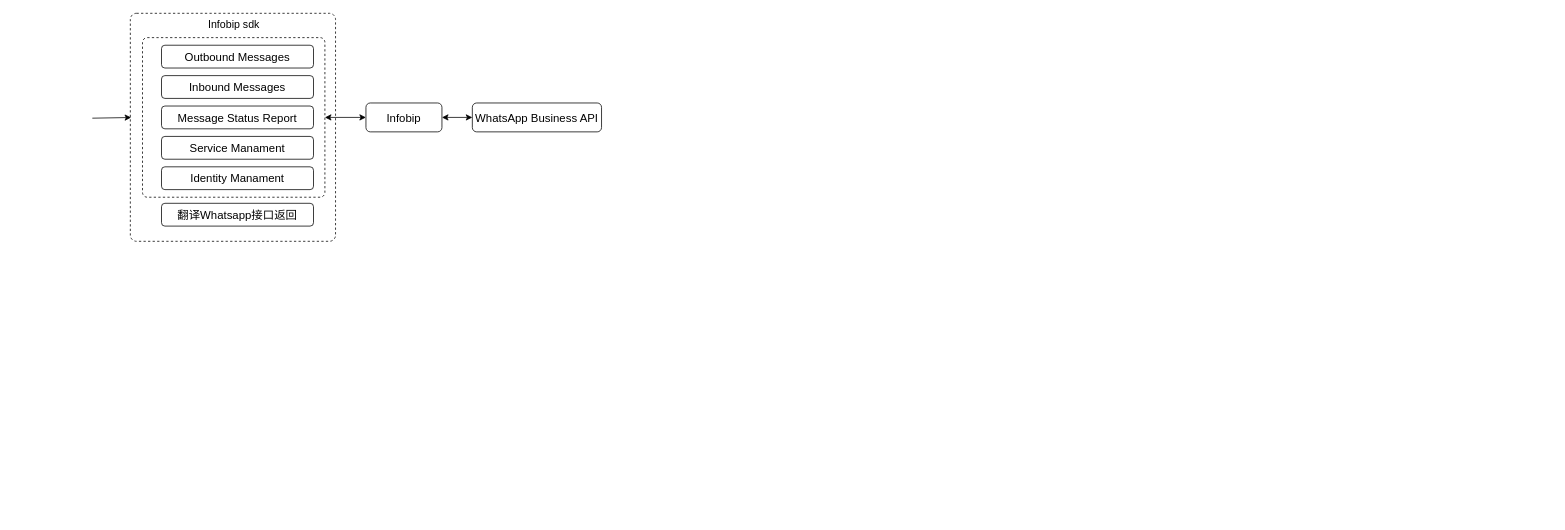
The draw.io diagram page "WhatsApp流程图" (14 of 14) of Untitled Diagram.drawio in zhangzhuzi/draw.io, before the edit. Source tidied: cells renumbered, new cells numbered last; positions are measured from the earlier drawing's top-left corner, leaving out a move shared by most shapes. Both pictures are drawn from the tidied source at 76%, with x=0, y=0 at pixel (92, 13).
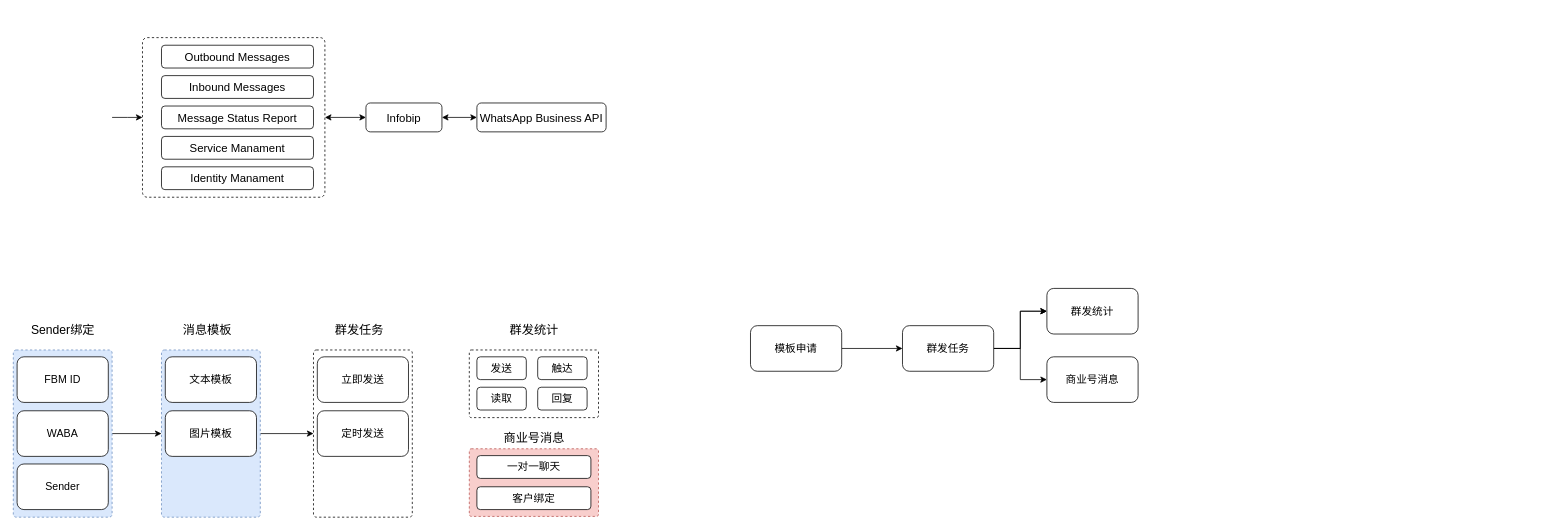
The same diagram, later.

Unchanged cells that the change refers to:
```xml
<mxCell id="5" style="rounded=1;whiteSpace=wrap;html=1;labelBackgroundColor=none;fontSize=15;arcSize=3;dashed=1;" parent="1" vertex="1">
  <mxGeometry x="66" y="32" width="240" height="210" as="geometry" />
</mxCell>
```

The edit, as a diff of the source:
```diff
@@
-    <mxCell id="2" style="rounded=1;whiteSpace=wrap;html=1;labelBackgroundColor=none;fontSize=15;arcSize=3;dashed=1;" parent="1" vertex="1">
-      <mxGeometry x="50" width="270" height="300" as="geometry" />
-    </mxCell>
+    <mxCell id="17" style="edgeStyle=orthogonalEdgeStyle;rounded=0;jettySize=auto;html=1;entryX=0;entryY=0.5;entryDx=0;entryDy=0;fontSize=16;startArrow=none;startFill=0;endArrow=classic;endFill=1;" parent="1" edge="1" source="18" target="32">
+      <mxGeometry relative="1" as="geometry" />
+    </mxCell>
+    <mxCell id="18" style="rounded=1;whiteSpace=wrap;html=1;labelBackgroundColor=none;fontSize=15;arcSize=3;dashed=1;fillColor=#dae8fc;strokeColor=#6c8ebf;" parent="1" vertex="1">
+      <mxGeometry x="-104" y="443" width="130" height="220" as="geometry" />
+    </mxCell>
     <mxCell id="3" value="&lt;div data-processon-v=&quot;{&amp;quot;list&amp;quot;:[{&amp;quot;parent&amp;quot;:&amp;quot;&amp;quot;,&amp;quot;link&amp;quot;:&amp;quot;&amp;quot;,&amp;quot;shapeStyle&amp;quot;:{&amp;quot;alpha&amp;quot;:1},&amp;quot;textBlock&amp;quot;:[{&amp;quot;position&amp;quot;:{&amp;quot;w&amp;quot;:&amp;quot;w&amp;quot;,&amp;quot;x&amp;quot;:0,&amp;quot;h&amp;quot;:&amp;quot;h&amp;quot;,&amp;quot;y&amp;quot;:0},&amp;quot;text&amp;quot;:&amp;quot;模板服务&amp;quot;}],&amp;quot;anchors&amp;quot;:[],&amp;quot;title&amp;quot;:&amp;quot;&amp;quot;,&amp;quot;fontStyle&amp;quot;:{&amp;quot;size&amp;quot;:13,&amp;quot;textAlign&amp;quot;:&amp;quot;center&amp;quot;,&amp;quot;bold&amp;quot;:true,&amp;quot;vAlign&amp;quot;:&amp;quot;middle&amp;quot;},&amp;quot;dataAttributes&amp;quot;:[],&amp;quot;props&amp;quot;:{&amp;quot;zindex&amp;quot;:5,&amp;quot;w&amp;quot;:80.41029919047014,&amp;quot;x&amp;quot;:936.5453854734463,&amp;quot;h&amp;quot;:41.144474771802834,&amp;quot;y&amp;quot;:328.02993776980685,&amp;quot;angle&amp;quot;:0},&amp;quot;path&amp;quot;:[{&amp;quot;lineStyle&amp;quot;:{&amp;quot;lineWidth&amp;quot;:0},&amp;quot;fillStyle&amp;quot;:{&amp;quot;type&amp;quot;:&amp;quot;none&amp;quot;},&amp;quot;actions&amp;quot;:[{&amp;quot;x&amp;quot;:&amp;quot;0&amp;quot;,&amp;quot;action&amp;quot;:&amp;quot;move&amp;quot;,&amp;quot;y&amp;quot;:&amp;quot;0&amp;quot;},{&amp;quot;x&amp;quot;:&amp;quot;w&amp;quot;,&amp;quot;action&amp;quot;:&amp;quot;line&amp;quot;,&amp;quot;y&amp;quot;:&amp;quot;0&amp;quot;},{&amp;quot;x&amp;quot;:&amp;quot;w&amp;quot;,&amp;quot;action&amp;quot;:&amp;quot;line&amp;quot;,&amp;quot;y&amp;quot;:&amp;quot;h&amp;quot;},{&amp;quot;x&amp;quot;:&amp;quot;0&amp;quot;,&amp;quot;action&amp;quot;:&amp;quot;line&amp;quot;,&amp;quot;y&amp;quot;:&amp;quot;h&amp;quot;},{&amp;quot;action&amp;quot;:&amp;quot;close&amp;quot;}]}],&amp;quot;lineStyle&amp;quot;:{},&amp;quot;children&amp;quot;:[],&amp;quot;resizeDir&amp;quot;:[&amp;quot;tl&amp;quot;,&amp;quot;tr&amp;quot;,&amp;quot;br&amp;quot;,&amp;quot;bl&amp;quot;],&amp;quot;name&amp;quot;:&amp;quot;standardText&amp;quot;,&amp;quot;fillStyle&amp;quot;:{&amp;quot;imageW&amp;quot;:100,&amp;quot;display&amp;quot;:&amp;quot;stretch&amp;quot;,&amp;quot;imageH&amp;quot;:100,&amp;quot;type&amp;quot;:&amp;quot;image&amp;quot;,&amp;quot;fileId&amp;quot;:&amp;quot;https://iconsapi.com/5ee26557e4b0b788a93313c3.svg&amp;quot;},&amp;quot;theme&amp;quot;:{},&amp;quot;id&amp;quot;:&amp;quot;CPvSXAqJWv829286&amp;quot;,&amp;quot;attribute&amp;quot;:{&amp;quot;container&amp;quot;:false,&amp;quot;rotatable&amp;quot;:true,&amp;quot;visible&amp;quot;:true,&amp;quot;collapsable&amp;quot;:false,&amp;quot;collapsed&amp;quot;:false,&amp;quot;linkable&amp;quot;:false,&amp;quot;markerOffset&amp;quot;:5},&amp;quot;category&amp;quot;:&amp;quot;standard&amp;quot;,&amp;quot;locked&amp;quot;:false,&amp;quot;group&amp;quot;:&amp;quot;&amp;quot;}],&amp;quot;client&amp;quot;:&amp;quot;1677687890839twrvjlNIDu877034&amp;quot;}&quot; data-t=&quot;flow&quot;&gt; &lt;/div&gt;" style="text;whiteSpace=wrap;html=1;fontSize=14;fontColor=#f42525;" parent="1" vertex="1">
-      <mxGeometry x="1890" y="330" width="30" height="20" as="geometry" />
+      <mxGeometry x="1346" y="222" width="30" height="20" as="geometry" />
     </mxCell>
@@
+    <mxCell id="19" style="edgeStyle=orthogonalEdgeStyle;rounded=0;jettySize=auto;html=1;endArrow=none;endFill=0;startArrow=classic;startFill=1;" parent="1" edge="1" source="5">
+      <mxGeometry relative="1" as="geometry">
+        <mxPoint x="26" y="137" as="targetPoint" />
+      </mxGeometry>
+    </mxCell>
@@
-    <mxCell id="6" value="&lt;font style=&quot;font-size: 14px;&quot;&gt;Infobip sdk&lt;/font&gt;" style="text;html=1;align=center;verticalAlign=middle;strokeColor=none;fillColor=none;" parent="1" vertex="1">
-      <mxGeometry x="141" width="90" height="30" as="geometry" />
+    <mxCell id="6" value="&lt;font style=&quot;font-size: 16px;&quot;&gt;Sender绑定&lt;/font&gt;" style="text;html=1;align=center;verticalAlign=middle;strokeColor=none;fillColor=none;" parent="1" vertex="1">
+      <mxGeometry x="-94" y="402" width="110" height="30" as="geometry" />
     </mxCell>
@@
     <mxCell id="14" value="&lt;font style=&quot;font-size: 15px;&quot;&gt;WhatsApp Business API&lt;/font&gt;" style="rounded=1;whiteSpace=wrap;html=1;" parent="1" vertex="1">
-      <mxGeometry x="500" y="118" width="170" height="38" as="geometry" />
+      <mxGeometry x="506" y="118" width="170" height="38" as="geometry" />
     </mxCell>
-    <mxCell id="15" value="&lt;font style=&quot;font-size: 15px;&quot;&gt;翻译Whatsapp接口返回&lt;/font&gt;" style="rounded=1;whiteSpace=wrap;html=1;" parent="1" vertex="1">
-      <mxGeometry x="91" y="250" width="200" height="30" as="geometry" />
-    </mxCell>
-    <mxCell id="16" style="rounded=0;jettySize=auto;html=1;fontSize=14;startArrow=classic;startFill=1;exitX=0.004;exitY=0.457;exitDx=0;exitDy=0;endArrow=none;endFill=0;exitPerimeter=0;" parent="1" edge="1" source="2">
-      <mxGeometry relative="1" as="geometry">
-        <mxPoint y="138" as="targetPoint" />
-      </mxGeometry>
-    </mxCell>
+    <mxCell id="20" value="&lt;font style=&quot;font-size: 14px;&quot;&gt;FBM ID&lt;/font&gt;" style="whiteSpace=wrap;html=1;rounded=1;" parent="1" vertex="1">
+      <mxGeometry x="-99" y="452" width="120" height="60" as="geometry" />
+    </mxCell>
+    <mxCell id="21" style="edgeStyle=orthogonalEdgeStyle;rounded=0;jettySize=auto;html=1;startArrow=none;startFill=0;endArrow=classic;endFill=1;" parent="1" edge="1" source="22" target="26">
+      <mxGeometry relative="1" as="geometry" />
+    </mxCell>
+    <mxCell id="22" value="&lt;font style=&quot;font-size: 14px;&quot;&gt;模板申请&lt;/font&gt;" style="whiteSpace=wrap;html=1;rounded=1;" parent="1" vertex="1">
+      <mxGeometry x="866" y="411" width="120" height="60" as="geometry" />
+    </mxCell>
+    <mxCell id="23" style="edgeStyle=orthogonalEdgeStyle;rounded=0;jettySize=auto;html=1;startArrow=none;startFill=0;endArrow=classic;endFill=1;" parent="1" edge="1" source="26" target="27">
+      <mxGeometry relative="1" as="geometry" />
+    </mxCell>
+    <mxCell id="24" style="edgeStyle=orthogonalEdgeStyle;rounded=0;jettySize=auto;html=1;startArrow=none;startFill=0;endArrow=classic;endFill=1;" parent="1" edge="1" source="26" target="27">
+      <mxGeometry relative="1" as="geometry" />
+    </mxCell>
+    <mxCell id="25" style="edgeStyle=orthogonalEdgeStyle;rounded=0;jettySize=auto;html=1;entryX=0;entryY=0.5;entryDx=0;entryDy=0;startArrow=none;startFill=0;endArrow=classic;endFill=1;" parent="1" edge="1" source="26" target="28">
+      <mxGeometry relative="1" as="geometry" />
+    </mxCell>
+    <mxCell id="26" value="&lt;font style=&quot;font-size: 14px;&quot;&gt;群发任务&lt;/font&gt;" style="whiteSpace=wrap;html=1;rounded=1;" parent="1" vertex="1">
+      <mxGeometry x="1066" y="411" width="120" height="60" as="geometry" />
+    </mxCell>
+    <mxCell id="27" value="&lt;font style=&quot;font-size: 14px;&quot;&gt;群发统计&lt;/font&gt;" style="whiteSpace=wrap;html=1;rounded=1;" parent="1" vertex="1">
+      <mxGeometry x="1256" y="362" width="120" height="60" as="geometry" />
+    </mxCell>
+    <mxCell id="28" value="&lt;font style=&quot;font-size: 14px;&quot;&gt;商业号消息&lt;/font&gt;" style="whiteSpace=wrap;html=1;rounded=1;" parent="1" vertex="1">
+      <mxGeometry x="1256" y="452" width="120" height="60" as="geometry" />
+    </mxCell>
+    <mxCell id="29" value="&lt;font style=&quot;font-size: 14px;&quot;&gt;WABA&lt;/font&gt;" style="whiteSpace=wrap;html=1;rounded=1;" parent="1" vertex="1">
+      <mxGeometry x="-99" y="523" width="120" height="60" as="geometry" />
+    </mxCell>
+    <mxCell id="30" value="&lt;font style=&quot;font-size: 14px;&quot;&gt;Sender&lt;/font&gt;" style="whiteSpace=wrap;html=1;rounded=1;" parent="1" vertex="1">
+      <mxGeometry x="-99" y="593" width="120" height="60" as="geometry" />
+    </mxCell>
+    <mxCell id="31" style="edgeStyle=orthogonalEdgeStyle;rounded=0;jettySize=auto;html=1;entryX=0;entryY=0.5;entryDx=0;entryDy=0;fontSize=16;startArrow=none;startFill=0;endArrow=classic;endFill=1;" parent="1" edge="1" source="32" target="36">
+      <mxGeometry relative="1" as="geometry" />
+    </mxCell>
+    <mxCell id="32" style="rounded=1;whiteSpace=wrap;html=1;labelBackgroundColor=none;fontSize=15;arcSize=3;dashed=1;fillColor=#dae8fc;strokeColor=#6c8ebf;" parent="1" vertex="1">
+      <mxGeometry x="91" y="443" width="130" height="220" as="geometry" />
+    </mxCell>
+    <mxCell id="33" value="&lt;font style=&quot;font-size: 14px;&quot;&gt;文本模板&lt;/font&gt;" style="whiteSpace=wrap;html=1;rounded=1;" parent="1" vertex="1">
+      <mxGeometry x="96" y="452" width="120" height="60" as="geometry" />
+    </mxCell>
+    <mxCell id="34" value="&lt;font style=&quot;font-size: 14px;&quot;&gt;图片模板&lt;/font&gt;" style="whiteSpace=wrap;html=1;rounded=1;" parent="1" vertex="1">
+      <mxGeometry x="96" y="523" width="120" height="60" as="geometry" />
+    </mxCell>
+    <mxCell id="35" value="&lt;font style=&quot;font-size: 16px;&quot;&gt;消息模板&lt;/font&gt;" style="text;html=1;align=center;verticalAlign=middle;strokeColor=none;fillColor=none;" parent="1" vertex="1">
+      <mxGeometry x="106" y="402" width="90" height="30" as="geometry" />
+    </mxCell>
+    <mxCell id="36" style="rounded=1;whiteSpace=wrap;html=1;labelBackgroundColor=none;fontSize=15;arcSize=3;dashed=1;" parent="1" vertex="1">
+      <mxGeometry x="291" y="443" width="130" height="220" as="geometry" />
+    </mxCell>
+    <mxCell id="37" value="&lt;font style=&quot;font-size: 14px;&quot;&gt;立即发送&lt;/font&gt;" style="whiteSpace=wrap;html=1;rounded=1;" parent="1" vertex="1">
+      <mxGeometry x="296" y="452" width="120" height="60" as="geometry" />
+    </mxCell>
+    <mxCell id="38" value="&lt;font style=&quot;font-size: 14px;&quot;&gt;定时发送&lt;/font&gt;" style="whiteSpace=wrap;html=1;rounded=1;" parent="1" vertex="1">
+      <mxGeometry x="296" y="523" width="120" height="60" as="geometry" />
+    </mxCell>
+    <mxCell id="39" value="&lt;font style=&quot;font-size: 16px;&quot;&gt;群发任务&lt;/font&gt;" style="text;html=1;align=center;verticalAlign=middle;strokeColor=none;fillColor=none;" parent="1" vertex="1">
+      <mxGeometry x="306" y="402" width="90" height="30" as="geometry" />
+    </mxCell>
+    <mxCell id="40" style="rounded=1;whiteSpace=wrap;html=1;labelBackgroundColor=none;fontSize=15;arcSize=3;dashed=1;" parent="1" vertex="1">
+      <mxGeometry x="496" y="443" width="170" height="89" as="geometry" />
+    </mxCell>
+    <mxCell id="41" value="&lt;font style=&quot;font-size: 14px;&quot;&gt;发送&lt;/font&gt;" style="whiteSpace=wrap;html=1;rounded=1;" parent="1" vertex="1">
+      <mxGeometry x="506" y="452" width="65" height="30" as="geometry" />
+    </mxCell>
+    <mxCell id="42" value="&lt;font style=&quot;font-size: 16px;&quot;&gt;群发统计&lt;/font&gt;" style="text;html=1;align=center;verticalAlign=middle;strokeColor=none;fillColor=none;" parent="1" vertex="1">
+      <mxGeometry x="536" y="402" width="90" height="30" as="geometry" />
+    </mxCell>
+    <mxCell id="43" value="&lt;font style=&quot;font-size: 14px;&quot;&gt;触达&lt;/font&gt;" style="whiteSpace=wrap;html=1;rounded=1;" parent="1" vertex="1">
+      <mxGeometry x="586" y="452" width="65" height="30" as="geometry" />
+    </mxCell>
+    <mxCell id="44" value="&lt;span style=&quot;font-size: 14px;&quot;&gt;读取&lt;/span&gt;" style="whiteSpace=wrap;html=1;rounded=1;" parent="1" vertex="1">
+      <mxGeometry x="506" y="492" width="65" height="30" as="geometry" />
+    </mxCell>
+    <mxCell id="45" value="&lt;span style=&quot;font-size: 14px;&quot;&gt;回复&lt;/span&gt;" style="whiteSpace=wrap;html=1;rounded=1;" parent="1" vertex="1">
+      <mxGeometry x="586" y="492" width="65" height="30" as="geometry" />
+    </mxCell>
+    <mxCell id="46" style="rounded=1;whiteSpace=wrap;html=1;labelBackgroundColor=none;fontSize=15;arcSize=3;dashed=1;fillColor=#f8cecc;strokeColor=#b85450;" parent="1" vertex="1">
+      <mxGeometry x="496" y="573" width="170" height="89" as="geometry" />
+    </mxCell>
+    <mxCell id="47" value="&lt;font style=&quot;font-size: 14px;&quot;&gt;一对一聊天&lt;/font&gt;" style="whiteSpace=wrap;html=1;rounded=1;" parent="1" vertex="1">
+      <mxGeometry x="506" y="582" width="150" height="30" as="geometry" />
+    </mxCell>
+    <mxCell id="48" value="&lt;span style=&quot;font-size: 16px;&quot;&gt;商业号消息&lt;/span&gt;" style="text;html=1;align=center;verticalAlign=middle;strokeColor=none;fillColor=none;" parent="1" vertex="1">
+      <mxGeometry x="531" y="543" width="100" height="30" as="geometry" />
+    </mxCell>
+    <mxCell id="49" value="&lt;span style=&quot;font-size: 14px;&quot;&gt;客户绑定&lt;/span&gt;" style="whiteSpace=wrap;html=1;rounded=1;" parent="1" vertex="1">
+      <mxGeometry x="506" y="623" width="150" height="30" as="geometry" />
+    </mxCell>
```
